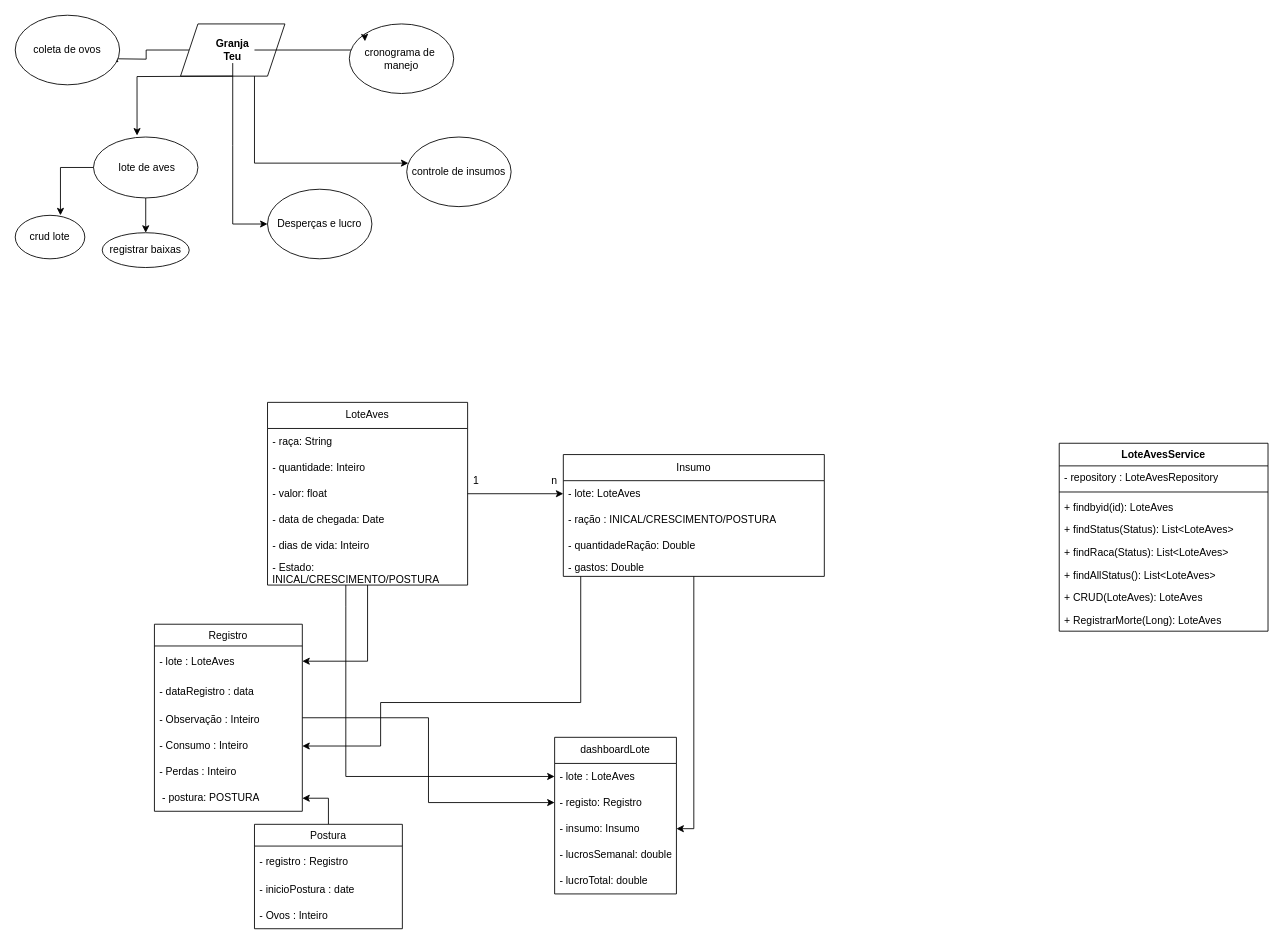
Before: teugranja.drawio in SpiderTheus/granjateu, a draw.io diagram. Source tidied: cells renumbered, new cells numbered last; positions are measured from the earlier drawing's top-left corner, leaving out a move shared by most shapes. Both pictures are drawn from the tidied source at 87%, with x=0, y=0 at pixel (15, 15).
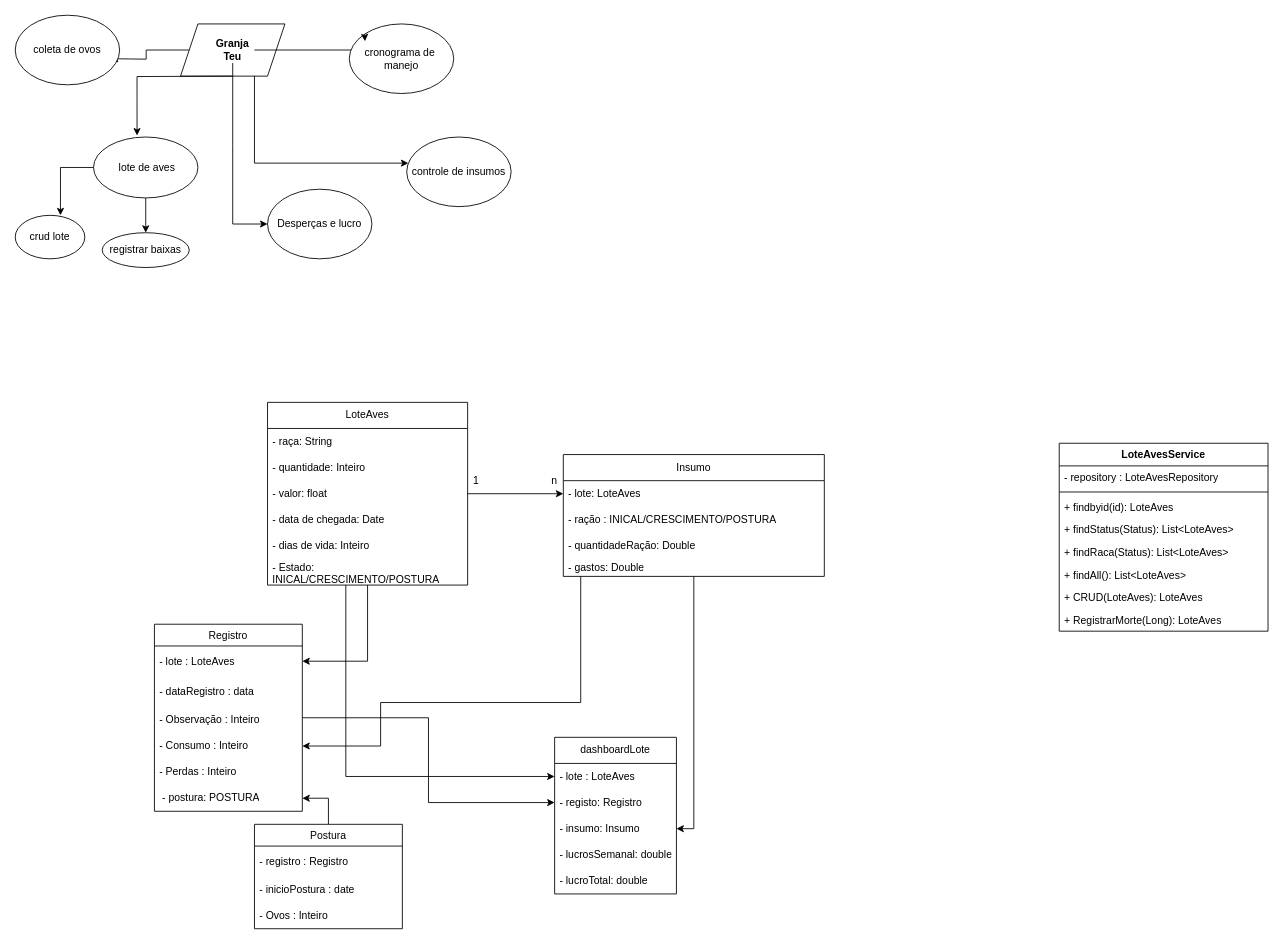
After the change.

Unchanged cells that the change refers to:
```xml
<mxCell id="57" value="LoteAvesService" style="swimlane;fontStyle=1;align=center;verticalAlign=top;horizontal=1;startSize=26;whiteSpace=wrap;html=1;" parent="1" vertex="1">
  <mxGeometry x="1200" y="492" width="240" height="216" as="geometry" />
</mxCell>
```

Diff of the diagram source:
```diff
@@
-    <mxCell id="63" value="+ findAllStatus(): List&amp;lt;LoteAves&amp;gt;" style="text;strokeColor=none;fillColor=none;align=left;verticalAlign=top;spacingLeft=4;spacingRight=4;overflow=hidden;whiteSpace=wrap;html=1;" parent="57" vertex="1">
+    <mxCell id="63" value="+ findAll(): List&amp;lt;LoteAves&amp;gt;" style="text;strokeColor=none;fillColor=none;align=left;verticalAlign=top;spacingLeft=4;spacingRight=4;overflow=hidden;whiteSpace=wrap;html=1;" parent="57" vertex="1">
       <mxGeometry y="138" width="240" height="26" as="geometry" />
     </mxCell>
```
